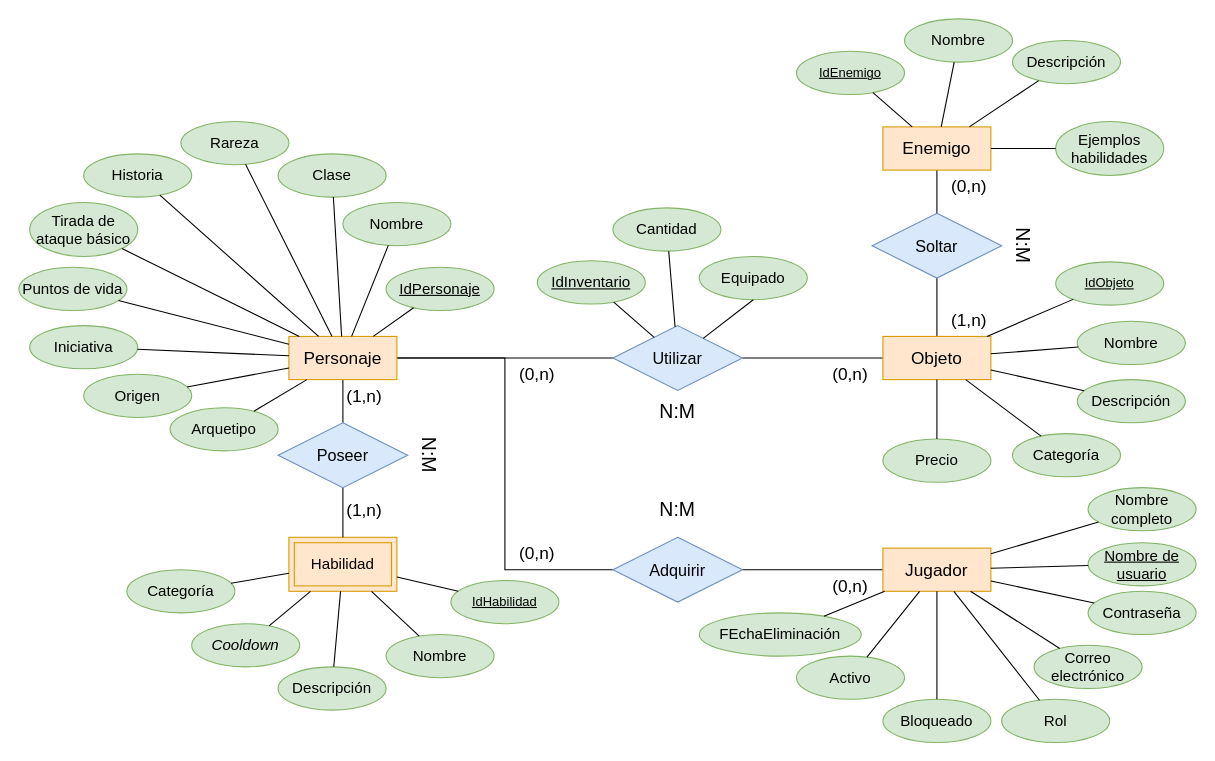
The draw.io diagram Figuras y gráficos/modelo-er-proyecto.drawio in DiegoAP93/es_legacy_app_unendo_project, before the edit. Source tidied: cells renumbered, new cells numbered last; positions are measured from the earlier drawing's top-left corner, leaving out a move shared by most shapes. Both pictures are drawn from the tidied source at 108%, with x=0, y=0 at pixel (18, 18).
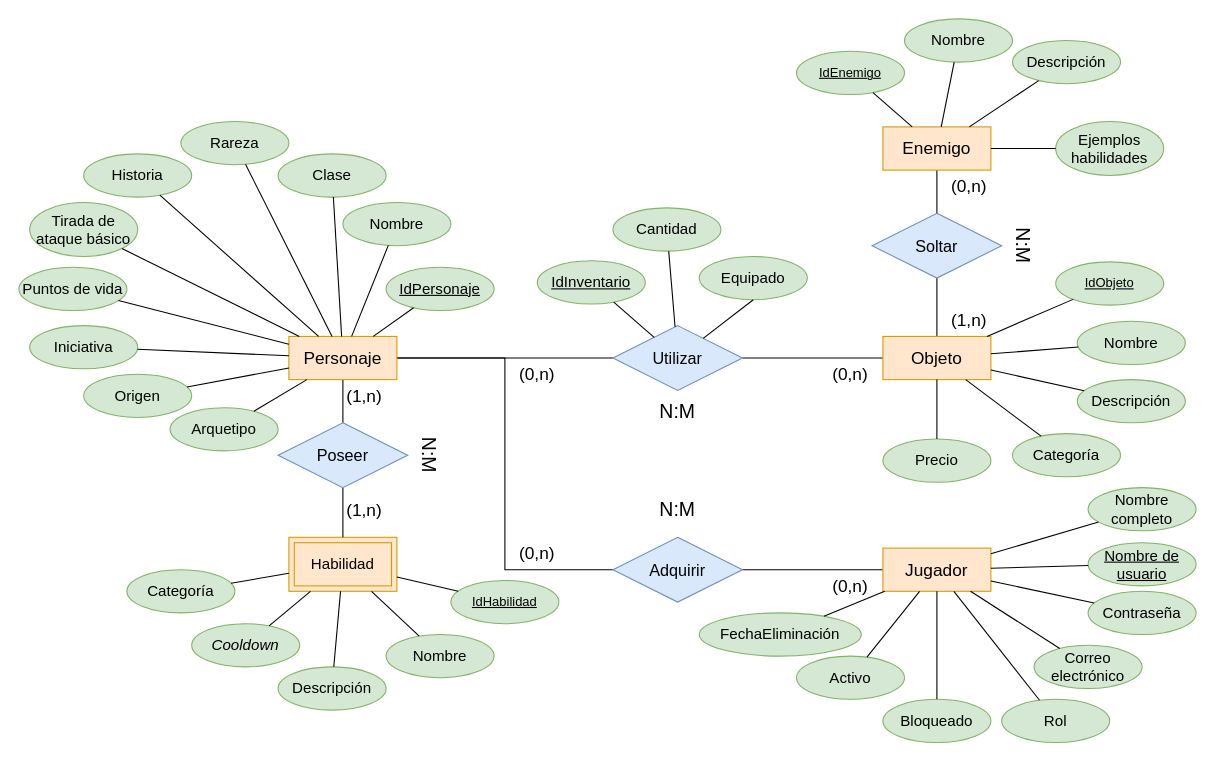
The same page after the edit.

What changed in the source:
```diff
@@
-    <mxCell id="88" value="&lt;font style=&quot;font-size: 14px;&quot;&gt;FEchaEliminación&lt;/font&gt;" style="ellipse;whiteSpace=wrap;html=1;align=center;fillColor=#d5e8d4;strokeColor=#82b366;" parent="1" vertex="1">
+    <mxCell id="88" value="&lt;font style=&quot;font-size: 14px;&quot;&gt;FechaEliminación&lt;/font&gt;" style="ellipse;whiteSpace=wrap;html=1;align=center;fillColor=#d5e8d4;strokeColor=#82b366;" parent="1" vertex="1">
       <mxGeometry x="630" y="550" width="150" height="40" as="geometry" />
     </mxCell>
```
